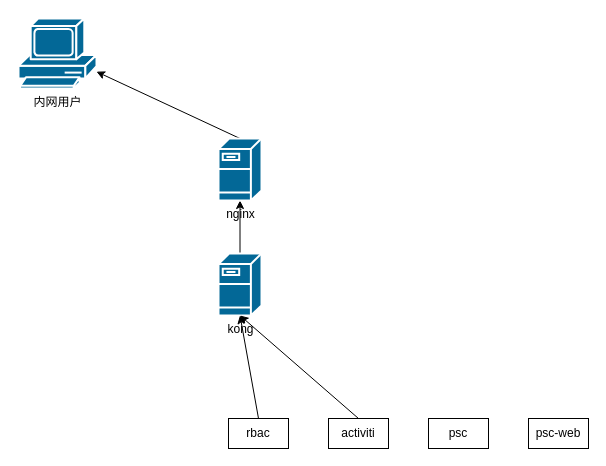
Above: Untitled Diagram.drawio in haoranzeus/diagrams (draw.io), before the change. Source tidied: cells renumbered, new cells numbered last; positions are measured from the earlier drawing's top-left corner, leaving out a move shared by most shapes. Both pictures are drawn from the tidied source at 100%, with x=0, y=0 at pixel (18, 18).
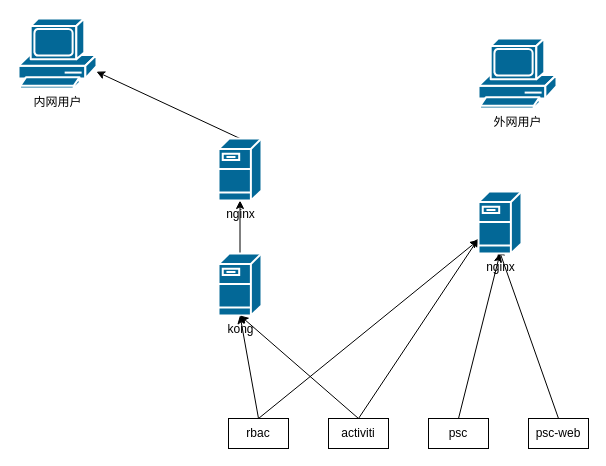
The same page after the edit.

The change refers to these unchanged cells:
```xml
<mxCell id="5" value="rbac" style="rounded=0;whiteSpace=wrap;html=1;" parent="1" vertex="1">
  <mxGeometry x="210" y="400" width="60" height="30" as="geometry" />
</mxCell>
<mxCell id="7" value="activiti" style="rounded=0;whiteSpace=wrap;html=1;" parent="1" vertex="1">
  <mxGeometry x="310" y="400" width="60" height="30" as="geometry" />
</mxCell>
<mxCell id="8" value="psc" style="rounded=0;whiteSpace=wrap;html=1;" parent="1" vertex="1">
  <mxGeometry x="410" y="400" width="60" height="30" as="geometry" />
</mxCell>
<mxCell id="9" value="psc-web" style="rounded=0;whiteSpace=wrap;html=1;" parent="1" vertex="1">
  <mxGeometry x="510" y="400" width="60" height="30" as="geometry" />
</mxCell>
```

What changed in the source:
```diff
@@
+    <mxCell id="13" style="edgeStyle=none;rounded=0;jettySize=auto;html=1;exitX=0.5;exitY=0;exitDx=0;exitDy=0;" parent="1" edge="1" source="5" target="17">
+      <mxGeometry relative="1" as="geometry" />
+    </mxCell>
@@
+    <mxCell id="14" style="edgeStyle=none;rounded=0;jettySize=auto;html=1;exitX=0.5;exitY=0;exitDx=0;exitDy=0;" parent="1" edge="1" source="7">
+      <mxGeometry relative="1" as="geometry">
+        <mxPoint x="460" y="220" as="targetPoint" />
+      </mxGeometry>
+    </mxCell>
@@
+    <mxCell id="15" style="edgeStyle=none;rounded=0;jettySize=auto;html=1;exitX=0.5;exitY=0;exitDx=0;exitDy=0;entryX=0.5;entryY=1;entryDx=0;entryDy=0;entryPerimeter=0;" parent="1" edge="1" source="8" target="17">
+      <mxGeometry relative="1" as="geometry" />
+    </mxCell>
@@
+    <mxCell id="16" style="edgeStyle=none;rounded=0;jettySize=auto;html=1;exitX=0.5;exitY=0;exitDx=0;exitDy=0;" parent="1" edge="1" source="9">
+      <mxGeometry relative="1" as="geometry">
+        <mxPoint x="480" y="230" as="targetPoint" />
+      </mxGeometry>
+    </mxCell>
@@
+    <mxCell id="17" value="nginx" style="shape=mxgraph.cisco.servers.fileserver;sketch=0;html=1;dashed=0;fillColor=#036897;strokeColor=#ffffff;strokeWidth=2;verticalLabelPosition=bottom;verticalAlign=top;align=center;outlineConnect=0;" parent="1" vertex="1">
+      <mxGeometry x="460" y="173" width="43" height="62" as="geometry" />
+    </mxCell>
+    <mxCell id="18" value="外网用户" style="shape=mxgraph.cisco.computers_and_peripherals.pc;sketch=0;html=1;dashed=0;fillColor=#036897;strokeColor=#ffffff;strokeWidth=2;verticalLabelPosition=bottom;verticalAlign=top;align=center;" parent="1" vertex="1">
+      <mxGeometry x="460" y="20" width="78" height="70" as="geometry" />
+    </mxCell>
```
